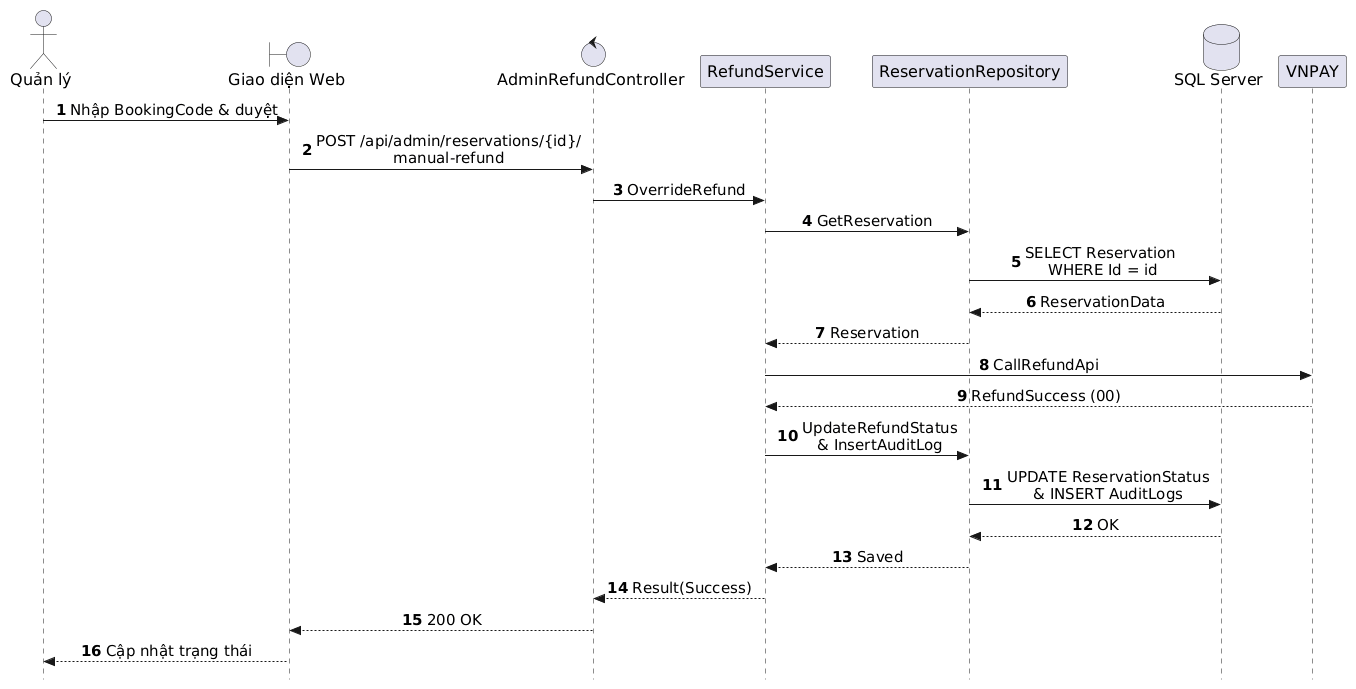
AndrewQng/VinDining keeps this PlantUML diagram as out/docs/puml/sequences/SD_UC_A3_Manual_Refund_Approval/SD_UC_A3_Manual_Refund_Approval.png. Above is the earlier version.
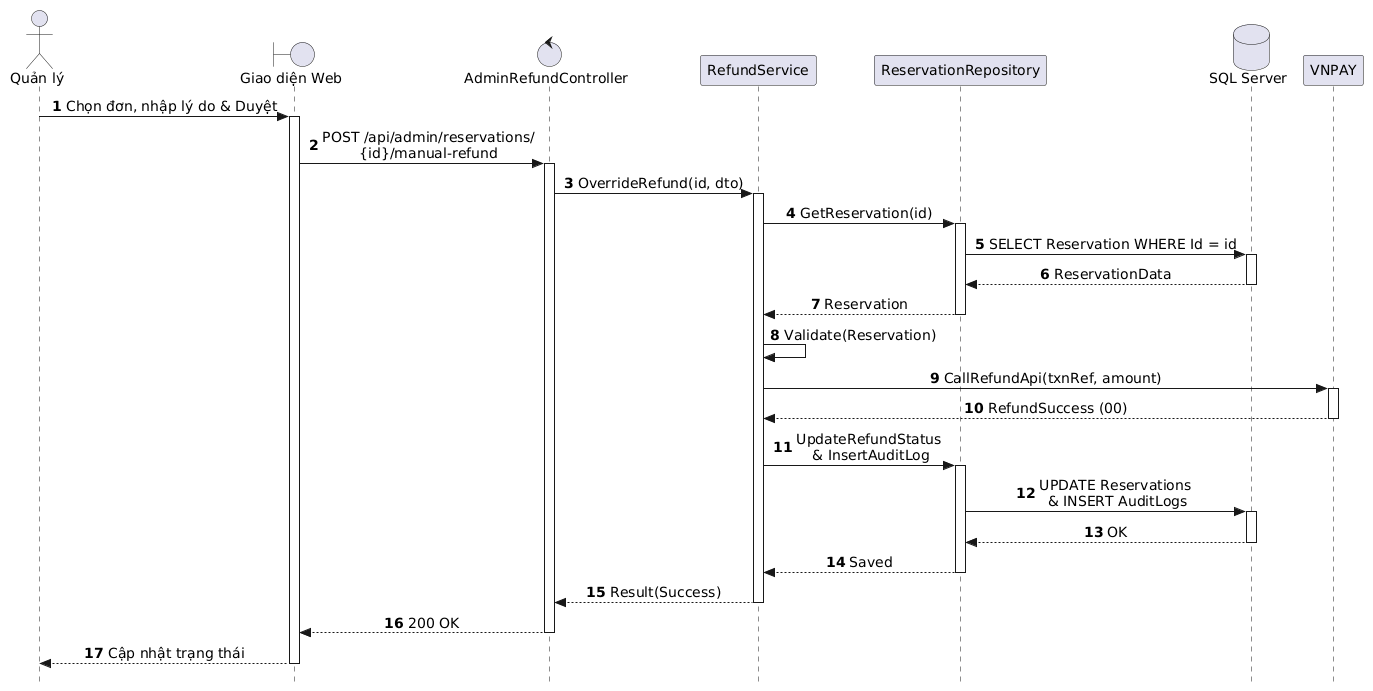
Above is the later version.

The edit, as a diff of the source:
```diff
@@ -4,12 +4,7 @@
 skinparam sequenceMessageAlign center
 skinparam responseMessageBelowArrow true
 skinparam defaultFontName "Segoe UI", Arial, sans-serif
-skinparam defaultFontSize 16
-skinparam sequenceActorFontSize 16
-skinparam sequenceParticipantFontSize 16
-skinparam sequenceArrowFontSize 15
-skinparam sequenceGroupFontSize 15
-skinparam sequenceGroupHeaderFontSize 15
+skinparam defaultFontSize 14
 
 actor "Quản lý" as Manager
 boundary "Giao diện Web" as UI
@@ -19,20 +14,46 @@
 database "SQL Server" as DB
 participant "VNPAY" as VNPAY
 
-Manager -> UI: Nhập BookingCode & duyệt
-UI -> Controller: POST /api/admin/reservations/{id}/\nmanual-refund
-Controller -> Service: OverrideRefund
-Service -> Repo: GetReservation
-Repo -> DB: SELECT Reservation \nWHERE Id = id
+Manager -> UI: Chọn đơn, nhập lý do & Duyệt
+activate UI
+
+UI -> Controller: POST /api/admin/reservations/\n{id}/manual-refund
+activate Controller
+
+Controller -> Service: OverrideRefund(id, dto)
+activate Service
+
+Service -> Repo: GetReservation(id)
+activate Repo
+Repo -> DB: SELECT Reservation WHERE Id = id
+activate DB
 DB --> Repo: ReservationData
+deactivate DB
 Repo --> Service: Reservation
-Service -> VNPAY: CallRefundApi
+deactivate Repo
+
+Service -> Service: Validate(Reservation)
+
+Service -> VNPAY: CallRefundApi(txnRef, amount)
+activate VNPAY
 VNPAY --> Service: RefundSuccess (00)
-Service -> Repo: UpdateRefundStatus\n& InsertAuditLog
-Repo -> DB: UPDATE ReservationStatus\n& INSERT AuditLogs
+deactivate VNPAY
+
+Service -> Repo: UpdateRefundStatus \n& InsertAuditLog
+activate Repo
+Repo -> DB: UPDATE Reservations \n& INSERT AuditLogs
+activate DB
 DB --> Repo: OK
+deactivate DB
 Repo --> Service: Saved
+deactivate Repo
+
 Service --> Controller: Result(Success)
+deactivate Service
+
 Controller --> UI: 200 OK
+deactivate Controller
+
 UI --> Manager: Cập nhật trạng thái
+deactivate UI
 @enduml
```
